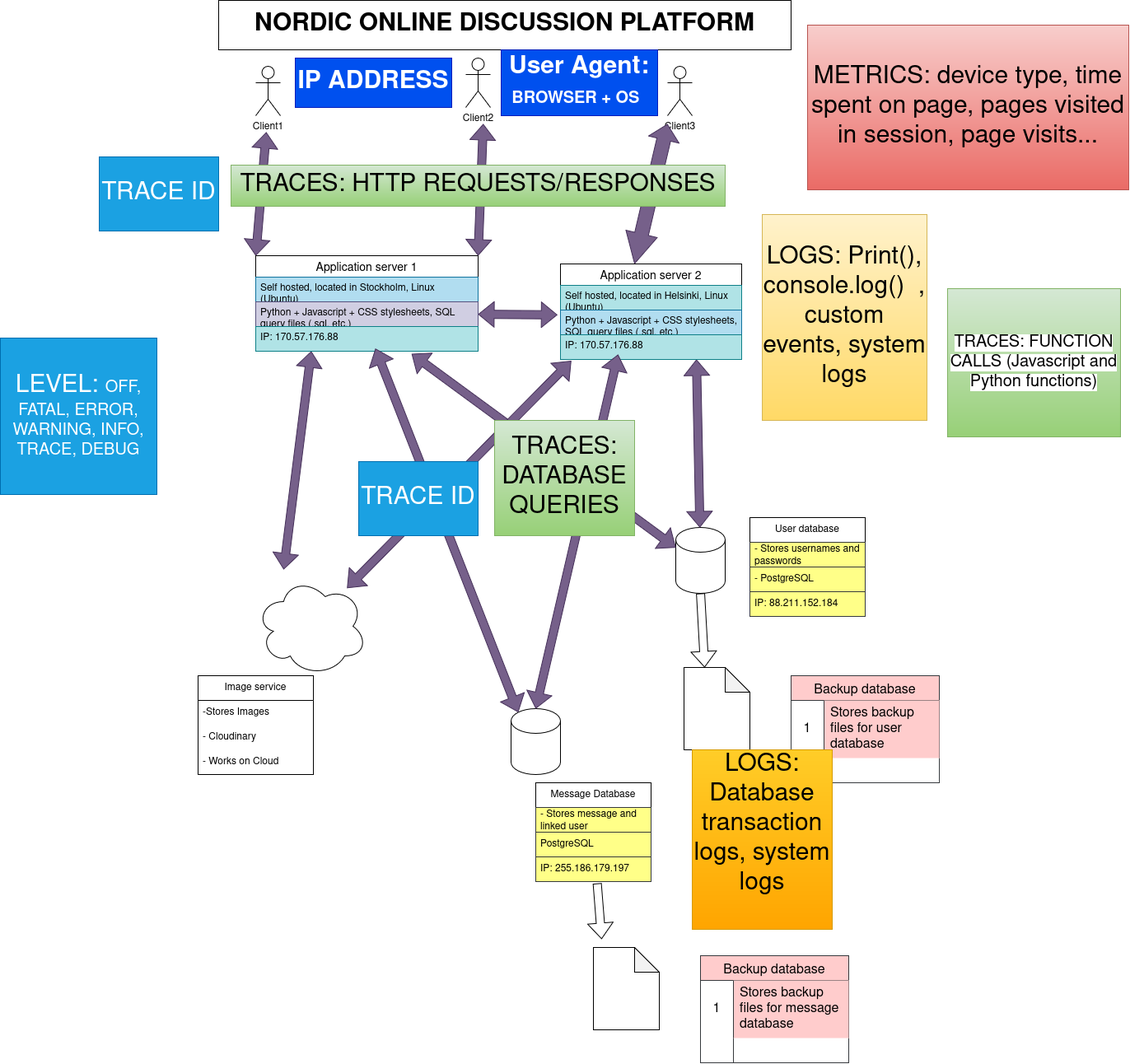
Above: Imaginary_software.drawio.png in Fault-Furious/Documents (draw.io), before the change. Source tidied: cells renumbered, new cells last; positions are measured from the earlier drawing's top-left corner, leaving out a move shared by most shapes.
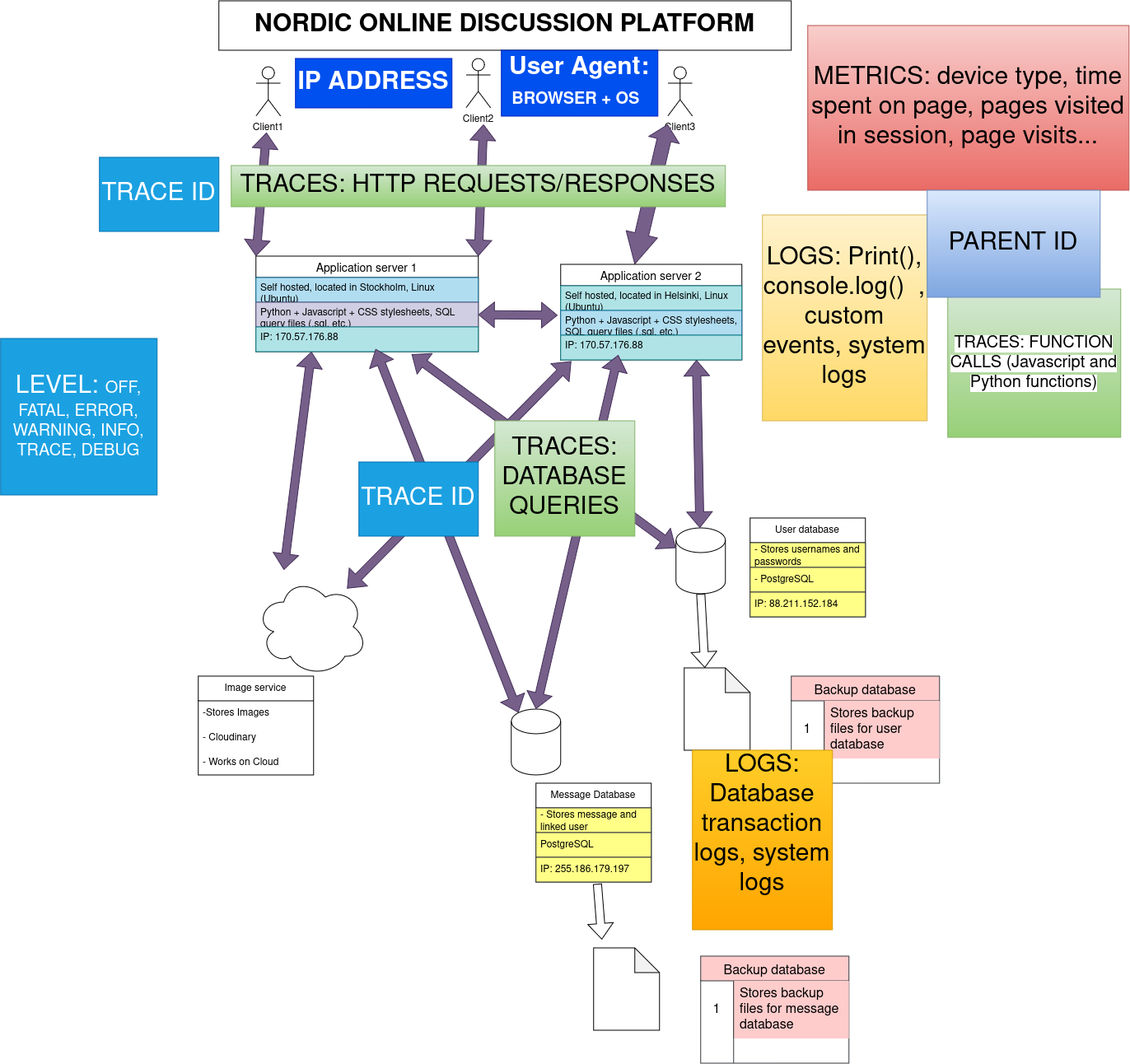
After the commit.

The edit, as a diff of the source:
```diff
@@ -217,5 +217,8 @@
     <mxCell id="67" value="&lt;div&gt;&lt;font style=&quot;font-size: 30px;&quot;&gt;LEVEL:&amp;nbsp;&lt;/font&gt;&lt;font style=&quot;font-size: 20px;&quot;&gt;OFF,&lt;/font&gt;&lt;/div&gt;&lt;div&gt;&lt;font style=&quot;font-size: 20px;&quot;&gt;FATAL, ERROR, WARNING, INFO, TRACE, DEBUG&lt;/font&gt;&lt;/div&gt;" style="rounded=0;whiteSpace=wrap;html=1;fillColor=#1ba1e2;fontColor=#ffffff;strokeColor=#006EAF;" parent="1" vertex="1">
       <mxGeometry y="410" width="190" height="190" as="geometry" />
     </mxCell>
+    <mxCell id="68" value="&lt;font style=&quot;font-size: 30px;&quot;&gt;PARENT ID&lt;/font&gt;" style="rounded=0;whiteSpace=wrap;html=1;fillColor=#dae8fc;gradientColor=#7ea6e0;strokeColor=#6c8ebf;" parent="1" vertex="1">
+      <mxGeometry x="1125" y="230" width="210" height="130" as="geometry" />
+    </mxCell>
   </root>
 </mxGraphModel>
```
